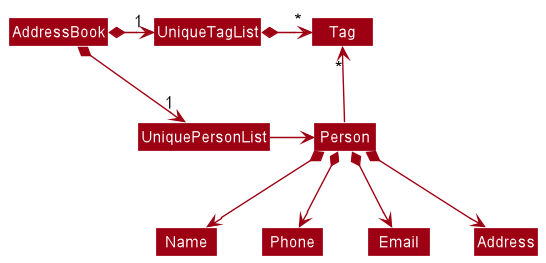
Before: docs/images/BetterModelClassDiagram.png, a diagram exported from PlantUML (nus-cs2103-AY2223S1/tp).
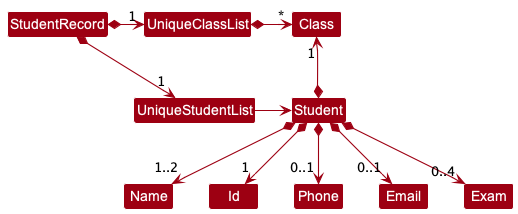
After the commit.

Commit message:
ModelUML: update better model diagram

Change to the diagram source:
```diff
@@ -4,18 +4,24 @@
 skinparam arrowColor MODEL_COLOR
 skinparam classBackgroundColor MODEL_COLOR
 
-AddressBook *-right-> "1" UniquePersonList
-AddressBook *-right-> "1" UniqueTagList
-UniqueTagList -[hidden]down- UniquePersonList
-UniqueTagList -[hidden]down- UniquePersonList
+StudentRecord *-right-> "1" UniqueStudentList
+StudentRecord *-right-> "1" UniqueClassList
+UniqueClassList -[hidden]down- UniqueStudentList
+UniqueClassList -[hidden]down- UniqueStudentList
 
-UniqueTagList *-right-> "*" Tag
-UniquePersonList -right-> Person
+UniqueClassList *-right-> "*" Class
+UniqueStudentList -right-> Student
 
-Person -up-> "*" Tag
+Student *--> "1..2" Name
+Student *--> "1" Id
+Student *-up-> "1" Class
+Student *--> "0..1" Phone
+Student *--> "0..1" Email
+Student *--> "0..4" Exam
 
-Person *--> Name
-Person *--> Phone
-Person *--> Email
-Person *--> Address
+Name -[hidden]right-> Id
+Id -[hidden]right-> Phone
+Phone -[hidden]right-> Email
+Email -[hidden]right-> Exam
+
 @enduml
```
